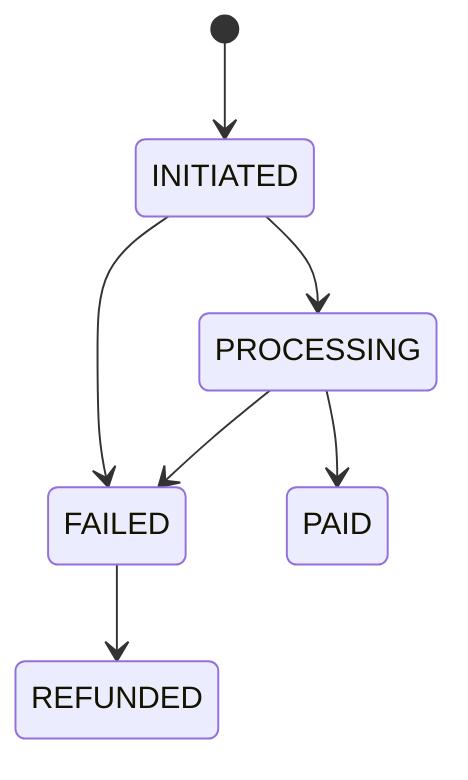
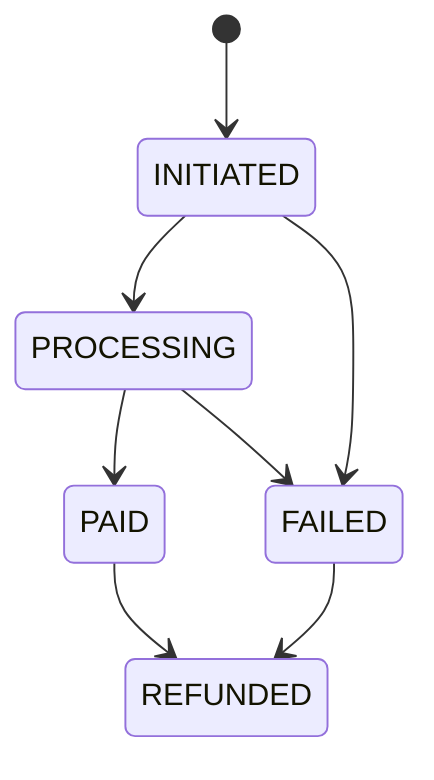
stateDiagram-v2
  [*] --> INITIATED
  INITIATED --> PROCESSING
  INITIATED --> FAILED
  PROCESSING --> PAID
  PROCESSING --> FAILED
+   PAID --> REFUNDED
  FAILED --> REFUNDED
